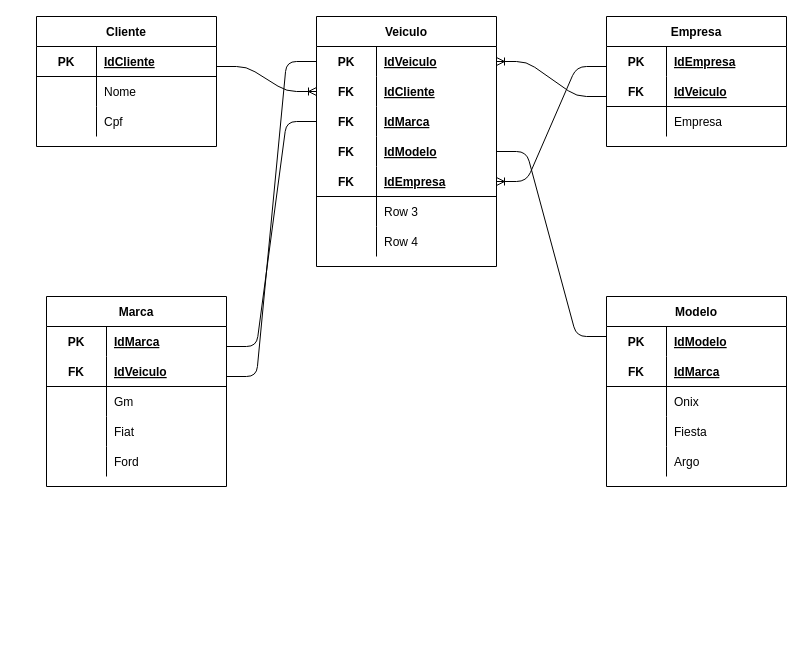
The draw.io diagram page "Logica" (2 of 2) of exercicios/1.2-exercicio-locadora/1.2-exercicio-locadora.drawio in Caic-Mateus/SENAI-2Termo-Sprint1-BD, before the edit. Source tidied: cells renumbered, new cells numbered last; positions are measured from the earlier drawing's top-left corner, leaving out a move shared by most shapes. Both pictures are drawn from the tidied source at 100%, with x=0, y=0 at pixel (36, 16).
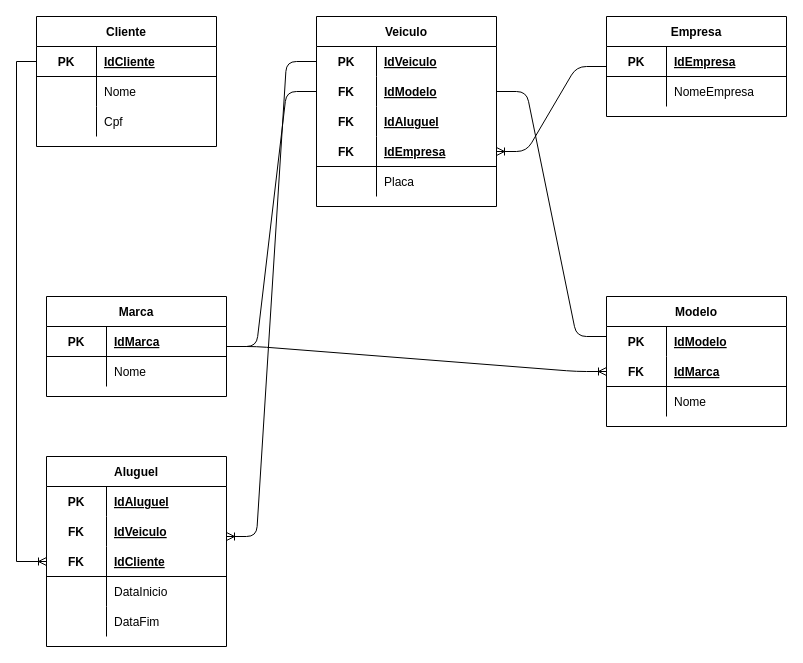
Above is the later version.

Unchanged cells that the change refers to:
```xml
<mxCell id="13" style="shape=partialRectangle;fillColor=none;top=0;left=0;bottom=0;right=0;points=[[0,0.5],[1,0.5]];portConstraint=eastwest;" parent="12" vertex="1">
  <mxGeometry y="30" width="180" height="30" as="geometry" />
</mxCell>
<mxCell id="35" style="shape=partialRectangle;fillColor=none;top=0;left=0;bottom=1;right=0;points=[[0,0.5],[1,0.5]];portConstraint=eastwest;" parent="34" vertex="1">
  <mxGeometry y="30" width="180" height="30" as="geometry" />
</mxCell>
<mxCell id="49" style="shape=partialRectangle;fillColor=none;top=0;left=0;bottom=1;right=0;points=[[0,0.5],[1,0.5]];portConstraint=eastwest;" parent="45" vertex="1">
  <mxGeometry y="60" width="180" height="30" as="geometry" />
</mxCell>
<mxCell id="52" style="shape=partialRectangle;fillColor=none;top=0;left=0;bottom=0;right=0;" parent="45" vertex="1">
  <mxGeometry y="90" width="180" height="30" as="geometry" />
</mxCell>
```

What changed in the source:
```diff
@@
     <mxCell id="2" value="Empresa" style="shape=table;startSize=30;childLayout=tableLayout;rowLines=0;fontStyle=1;align=center;" parent="1" vertex="1">
-      <mxGeometry x="570" width="180" height="130" as="geometry" />
+      <mxGeometry x="570" width="180" height="100" as="geometry" />
     </mxCell>
-    <mxCell id="3" style="shape=partialRectangle;fillColor=none;top=0;left=0;bottom=0;right=0;" parent="2" vertex="1">
-      <mxGeometry y="30" width="180" height="30" as="geometry" />
-    </mxCell>
-    <mxCell id="4" value="PK" style="shape=partialRectangle;fillColor=none;top=0;left=0;bottom=0;right=0;fontStyle=1;overflow=hidden;" parent="3" vertex="1">
-      <mxGeometry width="60" height="30" as="geometry" />
-    </mxCell>
-    <mxCell id="5" value="IdEmpresa" style="shape=partialRectangle;fillColor=none;top=0;left=0;bottom=0;right=0;align=left;spacingLeft=6;fontStyle=5;overflow=hidden;" parent="3" vertex="1">
-      <mxGeometry x="60" width="120" height="30" as="geometry" />
-    </mxCell>
     <mxCell id="6" style="shape=partialRectangle;fillColor=none;top=0;left=0;bottom=1;right=0;" parent="2" vertex="1">
-      <mxGeometry y="60" width="180" height="30" as="geometry" />
+      <mxGeometry y="30" width="180" height="30" as="geometry" />
     </mxCell>
-    <mxCell id="7" value="FK" style="shape=partialRectangle;fillColor=none;top=0;left=0;bottom=0;right=0;fontStyle=1;overflow=hidden;" parent="6" vertex="1">
+    <mxCell id="7" value="PK" style="shape=partialRectangle;fillColor=none;top=0;left=0;bottom=0;right=0;fontStyle=1;overflow=hidden;" parent="6" vertex="1">
       <mxGeometry width="60" height="30" as="geometry" />
     </mxCell>
-    <mxCell id="8" value="IdVeiculo" style="shape=partialRectangle;fillColor=none;top=0;left=0;bottom=0;right=0;align=left;spacingLeft=6;fontStyle=5;overflow=hidden;" parent="6" vertex="1">
+    <mxCell id="8" value="IdEmpresa" style="shape=partialRectangle;fillColor=none;top=0;left=0;bottom=0;right=0;align=left;spacingLeft=6;fontStyle=5;overflow=hidden;" parent="6" vertex="1">
       <mxGeometry x="60" width="120" height="30" as="geometry" />
     </mxCell>
     <mxCell id="9" style="shape=partialRectangle;fillColor=none;top=0;left=0;bottom=0;right=0;" parent="2" vertex="1">
-      <mxGeometry y="90" width="180" height="30" as="geometry" />
+      <mxGeometry y="60" width="180" height="30" as="geometry" />
     </mxCell>
@@
-    <mxCell id="11" value="Empresa" style="shape=partialRectangle;fillColor=none;top=0;left=0;bottom=0;right=0;align=left;spacingLeft=6;overflow=hidden;" parent="9" vertex="1">
+    <mxCell id="11" value="NomeEmpresa" style="shape=partialRectangle;fillColor=none;top=0;left=0;bottom=0;right=0;align=left;spacingLeft=6;overflow=hidden;" parent="9" vertex="1">
       <mxGeometry x="60" width="120" height="30" as="geometry" />
     </mxCell>
     <mxCell id="12" value="Veiculo" style="shape=table;startSize=30;childLayout=tableLayout;rowLines=0;fontStyle=1;align=center;" parent="1" vertex="1">
-      <mxGeometry x="280" width="180" height="250" as="geometry" />
+      <mxGeometry x="280" width="180" height="190" as="geometry" />
     </mxCell>
@@
-    <mxCell id="16" style="shape=partialRectangle;fillColor=none;top=0;left=0;bottom=0;right=0;points=[[0,0.5],[1,0.5]];portConstraint=eastwest;" parent="12" vertex="1">
-      <mxGeometry y="60" width="180" height="30" as="geometry" />
-    </mxCell>
-    <mxCell id="17" value="FK" style="shape=partialRectangle;fillColor=none;top=0;left=0;bottom=0;right=0;fontStyle=1;overflow=hidden;" parent="16" vertex="1">
-      <mxGeometry width="60" height="30" as="geometry" />
-    </mxCell>
-    <mxCell id="18" value="IdCliente" style="shape=partialRectangle;fillColor=none;top=0;left=0;bottom=0;right=0;align=left;spacingLeft=6;fontStyle=5;overflow=hidden;" parent="16" vertex="1">
-      <mxGeometry x="60" width="120" height="30" as="geometry" />
-    </mxCell>
-    <mxCell id="19" style="shape=partialRectangle;fillColor=none;top=0;left=0;bottom=0;right=0;points=[[0,0.5],[1,0.5]];portConstraint=eastwest;" parent="12" vertex="1">
-      <mxGeometry y="90" width="180" height="30" as="geometry" />
-    </mxCell>
-    <mxCell id="20" value="FK" style="shape=partialRectangle;fillColor=none;top=0;left=0;bottom=0;right=0;fontStyle=1;overflow=hidden;" parent="19" vertex="1">
-      <mxGeometry width="60" height="30" as="geometry" />
-    </mxCell>
-    <mxCell id="21" value="IdMarca" style="shape=partialRectangle;fillColor=none;top=0;left=0;bottom=0;right=0;align=left;spacingLeft=6;fontStyle=5;overflow=hidden;" parent="19" vertex="1">
-      <mxGeometry x="60" width="120" height="30" as="geometry" />
-    </mxCell>
     <mxCell id="22" style="shape=partialRectangle;fillColor=none;top=0;left=0;bottom=0;right=0;points=[[0,0.5],[1,0.5]];portConstraint=eastwest;" parent="12" vertex="1">
-      <mxGeometry y="120" width="180" height="30" as="geometry" />
+      <mxGeometry y="60" width="180" height="30" as="geometry" />
     </mxCell>
@@
+    <mxCell id="82" style="shape=partialRectangle;fillColor=none;top=0;left=0;bottom=0;right=0;" parent="12" vertex="1">
+      <mxGeometry y="90" width="180" height="30" as="geometry" />
+    </mxCell>
+    <mxCell id="83" value="FK" style="shape=partialRectangle;fillColor=none;top=0;left=0;bottom=0;right=0;fontStyle=1;overflow=hidden;" parent="82" vertex="1">
+      <mxGeometry width="60" height="30" as="geometry" />
+    </mxCell>
+    <mxCell id="84" value="IdAluguel" style="shape=partialRectangle;fillColor=none;top=0;left=0;bottom=0;right=0;align=left;spacingLeft=6;fontStyle=5;overflow=hidden;" parent="82" vertex="1">
+      <mxGeometry x="60" width="120" height="30" as="geometry" />
+    </mxCell>
     <mxCell id="25" style="shape=partialRectangle;fillColor=none;top=0;left=0;bottom=1;right=0;points=[[0,0.5],[1,0.5]];portConstraint=eastwest;" parent="12" vertex="1">
-      <mxGeometry y="150" width="180" height="30" as="geometry" />
+      <mxGeometry y="120" width="180" height="30" as="geometry" />
     </mxCell>
@@
-    <mxCell id="28" style="shape=partialRectangle;fillColor=none;top=0;left=0;bottom=0;right=0;" parent="12" vertex="1">
-      <mxGeometry y="180" width="180" height="30" as="geometry" />
-    </mxCell>
-    <mxCell id="29" style="shape=partialRectangle;fillColor=none;top=0;left=0;bottom=0;right=0;overflow=hidden;" parent="28" vertex="1">
-      <mxGeometry width="60" height="30" as="geometry" />
-    </mxCell>
-    <mxCell id="30" value="Row 3" style="shape=partialRectangle;fillColor=none;top=0;left=0;bottom=0;right=0;align=left;spacingLeft=6;overflow=hidden;" parent="28" vertex="1">
-      <mxGeometry x="60" width="120" height="30" as="geometry" />
-    </mxCell>
     <mxCell id="31" style="shape=partialRectangle;fillColor=none;top=0;left=0;bottom=0;right=0;" parent="12" vertex="1">
-      <mxGeometry y="210" width="180" height="30" as="geometry" />
+      <mxGeometry y="150" width="180" height="30" as="geometry" />
     </mxCell>
@@
-    <mxCell id="33" value="Row 4" style="shape=partialRectangle;fillColor=none;top=0;left=0;bottom=0;right=0;align=left;spacingLeft=6;overflow=hidden;" parent="31" vertex="1">
+    <mxCell id="33" value="Placa" style="shape=partialRectangle;fillColor=none;top=0;left=0;bottom=0;right=0;align=left;spacingLeft=6;overflow=hidden;" parent="31" vertex="1">
       <mxGeometry x="60" width="120" height="30" as="geometry" />
     </mxCell>
@@
-    <mxCell id="44" style="edgeStyle=entityRelationEdgeStyle;fontSize=12;html=1;endArrow=none;endFill=0;startArrow=ERoneToMany;startFill=0;exitX=1;exitY=0.5;exitDx=0;exitDy=0;" parent="1" edge="1" source="13">
-      <mxGeometry relative="1" as="geometry">
-        <mxPoint x="570" y="80" as="targetPoint" />
-      </mxGeometry>
-    </mxCell>
     <mxCell id="45" value="Modelo" style="shape=table;startSize=30;childLayout=tableLayout;rowLines=0;fontStyle=1;align=center;" parent="1" vertex="1">
-      <mxGeometry x="570" y="280" width="180" height="190" as="geometry" />
+      <mxGeometry x="570" y="280" width="180" height="130" as="geometry" />
     </mxCell>
@@
-    <mxCell id="54" value="Onix" style="shape=partialRectangle;fillColor=none;top=0;left=0;bottom=0;right=0;align=left;spacingLeft=6;overflow=hidden;" parent="52" vertex="1">
+    <mxCell id="54" value="Nome" style="shape=partialRectangle;fillColor=none;top=0;left=0;bottom=0;right=0;align=left;spacingLeft=6;overflow=hidden;" parent="52" vertex="1">
       <mxGeometry x="60" width="120" height="30" as="geometry" />
     </mxCell>
-    <mxCell id="55" style="shape=partialRectangle;fillColor=none;top=0;left=0;bottom=0;right=0;" parent="45" vertex="1">
-      <mxGeometry y="120" width="180" height="30" as="geometry" />
-    </mxCell>
-    <mxCell id="56" style="shape=partialRectangle;fillColor=none;top=0;left=0;bottom=0;right=0;overflow=hidden;" parent="55" vertex="1">
-      <mxGeometry width="60" height="30" as="geometry" />
-    </mxCell>
-    <mxCell id="57" value="Fiesta" style="shape=partialRectangle;fillColor=none;top=0;left=0;bottom=0;right=0;align=left;spacingLeft=6;overflow=hidden;" parent="55" vertex="1">
-      <mxGeometry x="60" width="120" height="30" as="geometry" />
-    </mxCell>
-    <mxCell id="58" style="shape=partialRectangle;fillColor=none;top=0;left=0;bottom=0;right=0;" parent="45" vertex="1">
-      <mxGeometry y="150" width="180" height="30" as="geometry" />
-    </mxCell>
-    <mxCell id="59" style="shape=partialRectangle;fillColor=none;top=0;left=0;bottom=0;right=0;overflow=hidden;" parent="58" vertex="1">
-      <mxGeometry width="60" height="30" as="geometry" />
-    </mxCell>
-    <mxCell id="60" value="Argo" style="shape=partialRectangle;fillColor=none;top=0;left=0;bottom=0;right=0;align=left;spacingLeft=6;overflow=hidden;" parent="58" vertex="1">
-      <mxGeometry x="60" width="120" height="30" as="geometry" />
-    </mxCell>
     <mxCell id="61" value="Marca" style="shape=table;startSize=30;childLayout=tableLayout;rowLines=0;fontStyle=1;align=center;" parent="1" vertex="1">
-      <mxGeometry x="10" y="280" width="180" height="190" as="geometry" />
+      <mxGeometry x="10" y="280" width="180" height="100" as="geometry" />
     </mxCell>
-    <mxCell id="62" style="shape=partialRectangle;fillColor=none;top=0;left=0;bottom=0;right=0;" parent="61" vertex="1">
-      <mxGeometry y="30" width="180" height="30" as="geometry" />
-    </mxCell>
-    <mxCell id="63" value="PK" style="shape=partialRectangle;fillColor=none;top=0;left=0;bottom=0;right=0;fontStyle=1;overflow=hidden;" parent="62" vertex="1">
-      <mxGeometry width="60" height="30" as="geometry" />
-    </mxCell>
-    <mxCell id="64" value="IdMarca" style="shape=partialRectangle;fillColor=none;top=0;left=0;bottom=0;right=0;align=left;spacingLeft=6;fontStyle=5;overflow=hidden;" parent="62" vertex="1">
-      <mxGeometry x="60" width="120" height="30" as="geometry" />
-    </mxCell>
     <mxCell id="65" style="shape=partialRectangle;fillColor=none;top=0;left=0;bottom=1;right=0;" parent="61" vertex="1">
-      <mxGeometry y="60" width="180" height="30" as="geometry" />
+      <mxGeometry y="30" width="180" height="30" as="geometry" />
     </mxCell>
-    <mxCell id="66" value="FK" style="shape=partialRectangle;fillColor=none;top=0;left=0;bottom=0;right=0;fontStyle=1;overflow=hidden;" parent="65" vertex="1">
+    <mxCell id="66" value="PK" style="shape=partialRectangle;fillColor=none;top=0;left=0;bottom=0;right=0;fontStyle=1;overflow=hidden;" parent="65" vertex="1">
       <mxGeometry width="60" height="30" as="geometry" />
     </mxCell>
-    <mxCell id="67" value="IdVeiculo" style="shape=partialRectangle;fillColor=none;top=0;left=0;bottom=0;right=0;align=left;spacingLeft=6;fontStyle=5;overflow=hidden;" parent="65" vertex="1">
+    <mxCell id="67" value="IdMarca" style="shape=partialRectangle;fillColor=none;top=0;left=0;bottom=0;right=0;align=left;spacingLeft=6;fontStyle=5;overflow=hidden;" parent="65" vertex="1">
       <mxGeometry x="60" width="120" height="30" as="geometry" />
     </mxCell>
-    <mxCell id="68" style="shape=partialRectangle;fillColor=none;top=0;left=0;bottom=0;right=0;" parent="61" vertex="1">
-      <mxGeometry y="90" width="180" height="30" as="geometry" />
-    </mxCell>
-    <mxCell id="69" style="shape=partialRectangle;fillColor=none;top=0;left=0;bottom=0;right=0;overflow=hidden;" parent="68" vertex="1">
-      <mxGeometry width="60" height="30" as="geometry" />
-    </mxCell>
-    <mxCell id="70" value="Gm" style="shape=partialRectangle;fillColor=none;top=0;left=0;bottom=0;right=0;align=left;spacingLeft=6;overflow=hidden;" parent="68" vertex="1">
-      <mxGeometry x="60" width="120" height="30" as="geometry" />
-    </mxCell>
-    <mxCell id="71" style="shape=partialRectangle;fillColor=none;top=0;left=0;bottom=0;right=0;" parent="61" vertex="1">
-      <mxGeometry y="120" width="180" height="30" as="geometry" />
-    </mxCell>
-    <mxCell id="72" style="shape=partialRectangle;fillColor=none;top=0;left=0;bottom=0;right=0;overflow=hidden;" parent="71" vertex="1">
-      <mxGeometry width="60" height="30" as="geometry" />
-    </mxCell>
-    <mxCell id="73" value="Fiat" style="shape=partialRectangle;fillColor=none;top=0;left=0;bottom=0;right=0;align=left;spacingLeft=6;overflow=hidden;" parent="71" vertex="1">
-      <mxGeometry x="60" width="120" height="30" as="geometry" />
-    </mxCell>
     <mxCell id="74" style="shape=partialRectangle;fillColor=none;top=0;left=0;bottom=0;right=0;" parent="61" vertex="1">
-      <mxGeometry y="150" width="180" height="30" as="geometry" />
+      <mxGeometry y="60" width="180" height="30" as="geometry" />
     </mxCell>
@@
-    <mxCell id="76" value="Ford" style="shape=partialRectangle;fillColor=none;top=0;left=0;bottom=0;right=0;align=left;spacingLeft=6;overflow=hidden;" parent="74" vertex="1">
+    <mxCell id="76" value="Nome" style="shape=partialRectangle;fillColor=none;top=0;left=0;bottom=0;right=0;align=left;spacingLeft=6;overflow=hidden;" parent="74" vertex="1">
       <mxGeometry x="60" width="120" height="30" as="geometry" />
     </mxCell>
-    <mxCell id="77" style="edgeStyle=entityRelationEdgeStyle;fontSize=12;html=1;endArrow=none;endFill=0;entryX=0;entryY=0.5;entryDx=0;entryDy=0;" parent="1" edge="1" target="13">
-      <mxGeometry relative="1" as="geometry">
-        <mxPoint x="190" y="360" as="sourcePoint" />
-      </mxGeometry>
-    </mxCell>
-    <mxCell id="78" style="edgeStyle=entityRelationEdgeStyle;fontSize=12;html=1;endArrow=none;entryX=0;entryY=0.5;entryDx=0;entryDy=0;endFill=0;" parent="1" edge="1" target="19">
+    <mxCell id="78" style="edgeStyle=entityRelationEdgeStyle;fontSize=12;html=1;endArrow=none;entryX=0;entryY=0.5;entryDx=0;entryDy=0;endFill=0;" parent="1" edge="1">
       <mxGeometry relative="1" as="geometry">
         <mxPoint x="190" y="330" as="sourcePoint" />
+        <mxPoint x="280" y="75" as="targetPoint" />
       </mxGeometry>
     </mxCell>
@@
-    <mxCell id="81" style="edgeStyle=entityRelationEdgeStyle;fontSize=12;html=1;endArrow=ERoneToMany;entryX=0;entryY=0.5;entryDx=0;entryDy=0;" parent="1" edge="1" target="16">
-      <mxGeometry relative="1" as="geometry">
-        <mxPoint x="180" y="50" as="sourcePoint" />
-      </mxGeometry>
-    </mxCell>
+    <mxCell id="85" style="edgeStyle=entityRelationEdgeStyle;fontSize=12;html=1;endArrow=ERoneToMany;entryX=0;entryY=0.5;entryDx=0;entryDy=0;" parent="1" edge="1" target="49">
+      <mxGeometry relative="1" as="geometry">
+        <mxPoint x="190" y="330" as="sourcePoint" />
+      </mxGeometry>
+    </mxCell>
+    <mxCell id="86" value="Aluguel" style="shape=table;startSize=30;childLayout=tableLayout;rowLines=0;fontStyle=1;align=center;" parent="1" vertex="1">
+      <mxGeometry x="10" y="440" width="180" height="190" as="geometry" />
+    </mxCell>
+    <mxCell id="87" style="shape=partialRectangle;fillColor=none;top=0;left=0;bottom=0;right=0;" parent="86" vertex="1">
+      <mxGeometry y="30" width="180" height="30" as="geometry" />
+    </mxCell>
+    <mxCell id="88" value="PK" style="shape=partialRectangle;fillColor=none;top=0;left=0;bottom=0;right=0;fontStyle=1;overflow=hidden;" parent="87" vertex="1">
+      <mxGeometry width="60" height="30" as="geometry" />
+    </mxCell>
+    <mxCell id="89" value="IdAluguel" style="shape=partialRectangle;fillColor=none;top=0;left=0;bottom=0;right=0;align=left;spacingLeft=6;fontStyle=5;overflow=hidden;" parent="87" vertex="1">
+      <mxGeometry x="60" width="120" height="30" as="geometry" />
+    </mxCell>
+    <mxCell id="16" style="shape=partialRectangle;fillColor=none;top=0;left=0;bottom=0;right=0;points=[[0,0.5],[1,0.5]];portConstraint=eastwest;" parent="86" vertex="1">
+      <mxGeometry y="60" width="180" height="30" as="geometry" />
+    </mxCell>
+    <mxCell id="90" value="FK" style="shape=partialRectangle;fillColor=none;top=0;left=0;bottom=0;right=0;fontStyle=1;overflow=hidden;" parent="16" vertex="1">
+      <mxGeometry width="60" height="30" as="geometry" />
+    </mxCell>
+    <mxCell id="91" value="IdVeiculo" style="shape=partialRectangle;fillColor=none;top=0;left=0;bottom=0;right=0;align=left;spacingLeft=6;fontStyle=5;overflow=hidden;" parent="16" vertex="1">
+      <mxGeometry x="60" width="120" height="30" as="geometry" />
+    </mxCell>
+    <mxCell id="92" style="shape=partialRectangle;fillColor=none;top=0;left=0;bottom=1;right=0;points=[[0,0.5],[1,0.5]];portConstraint=eastwest;" parent="86" vertex="1">
+      <mxGeometry y="90" width="180" height="30" as="geometry" />
+    </mxCell>
+    <mxCell id="93" value="FK" style="shape=partialRectangle;fillColor=none;top=0;left=0;bottom=0;right=0;fontStyle=1;overflow=hidden;" parent="92" vertex="1">
+      <mxGeometry width="60" height="30" as="geometry" />
+    </mxCell>
+    <mxCell id="18" value="IdCliente" style="shape=partialRectangle;fillColor=none;top=0;left=0;bottom=0;right=0;align=left;spacingLeft=6;fontStyle=5;overflow=hidden;" parent="92" vertex="1">
+      <mxGeometry x="60" width="120" height="30" as="geometry" />
+    </mxCell>
+    <mxCell id="94" style="shape=partialRectangle;fillColor=none;top=0;left=0;bottom=0;right=0;" parent="86" vertex="1">
+      <mxGeometry y="120" width="180" height="30" as="geometry" />
+    </mxCell>
+    <mxCell id="95" style="shape=partialRectangle;fillColor=none;top=0;left=0;bottom=0;right=0;overflow=hidden;" parent="94" vertex="1">
+      <mxGeometry width="60" height="30" as="geometry" />
+    </mxCell>
+    <mxCell id="96" value="DataInicio" style="shape=partialRectangle;fillColor=none;top=0;left=0;bottom=0;right=0;align=left;spacingLeft=6;overflow=hidden;" parent="94" vertex="1">
+      <mxGeometry x="60" width="120" height="30" as="geometry" />
+    </mxCell>
+    <mxCell id="58" style="shape=partialRectangle;fillColor=none;top=0;left=0;bottom=0;right=0;" parent="86" vertex="1">
+      <mxGeometry y="150" width="180" height="30" as="geometry" />
+    </mxCell>
+    <mxCell id="97" style="shape=partialRectangle;fillColor=none;top=0;left=0;bottom=0;right=0;overflow=hidden;" parent="58" vertex="1">
+      <mxGeometry width="60" height="30" as="geometry" />
+    </mxCell>
+    <mxCell id="98" value="DataFim" style="shape=partialRectangle;fillColor=none;top=0;left=0;bottom=0;right=0;align=left;spacingLeft=6;overflow=hidden;" parent="58" vertex="1">
+      <mxGeometry x="60" width="120" height="30" as="geometry" />
+    </mxCell>
+    <mxCell id="99" style="edgeStyle=entityRelationEdgeStyle;fontSize=12;html=1;endArrow=none;entryX=0;entryY=0.5;entryDx=0;entryDy=0;endFill=0;startArrow=ERoneToMany;startFill=0;" parent="1" edge="1" target="13">
+      <mxGeometry relative="1" as="geometry">
+        <mxPoint x="190" y="520" as="sourcePoint" />
+      </mxGeometry>
+    </mxCell>
+    <mxCell id="100" style="edgeStyle=orthogonalEdgeStyle;rounded=0;jettySize=auto;html=1;exitX=0;exitY=0.5;exitDx=0;exitDy=0;entryX=0;entryY=0.5;entryDx=0;entryDy=0;startArrow=none;startFill=0;endArrow=ERoneToMany;endFill=0;" parent="1" edge="1" source="35" target="92">
+      <mxGeometry relative="1" as="geometry" />
+    </mxCell>
```
